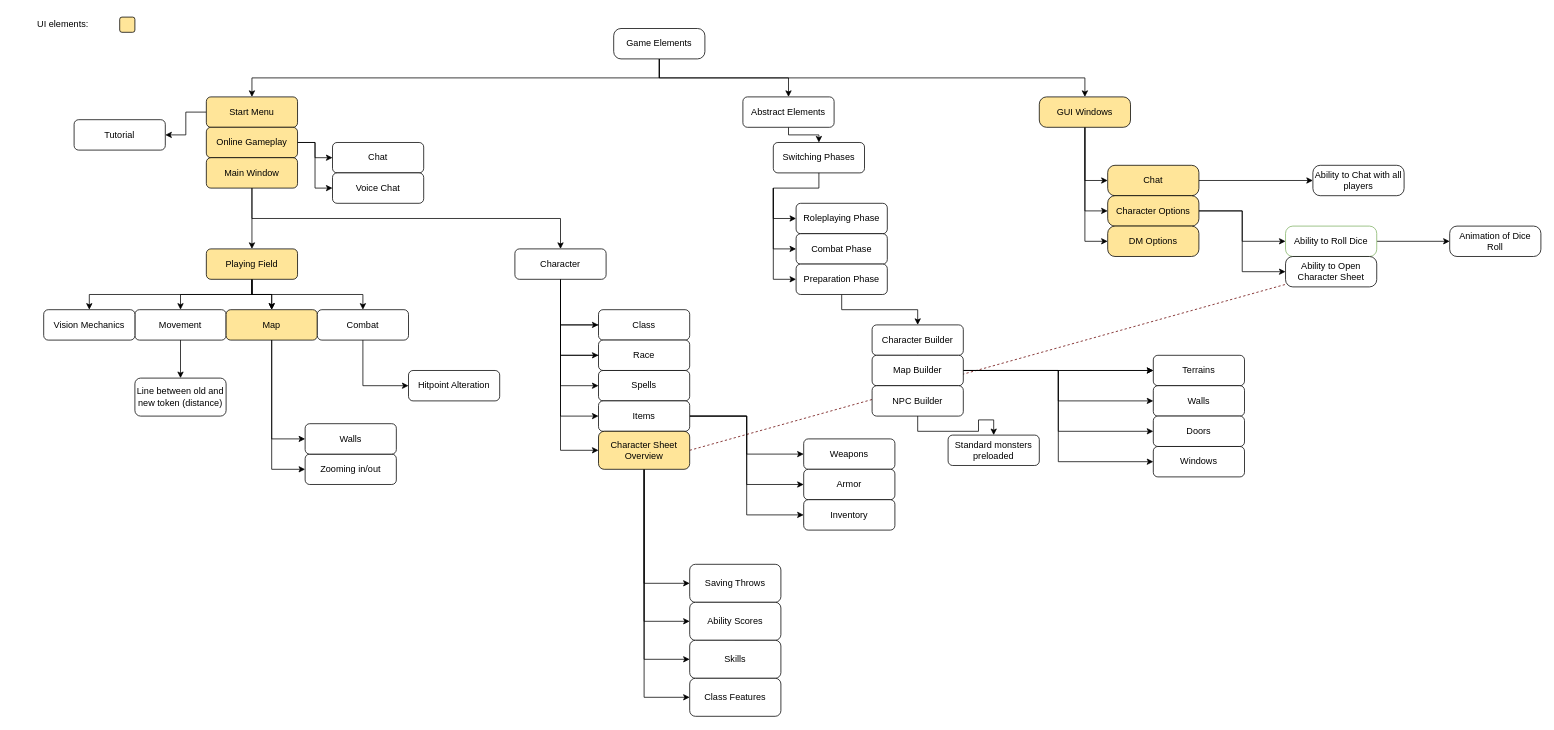
The draw.io diagram Dependency graph.drawio in Nemijt03/Dnd-Simulator, before the edit. Source tidied: cells renumbered, new cells numbered last; positions are measured from the earlier drawing's top-left corner, leaving out a move shared by most shapes. Both pictures are drawn from the tidied source at 76%, with x=0, y=0 at pixel (28, 13).
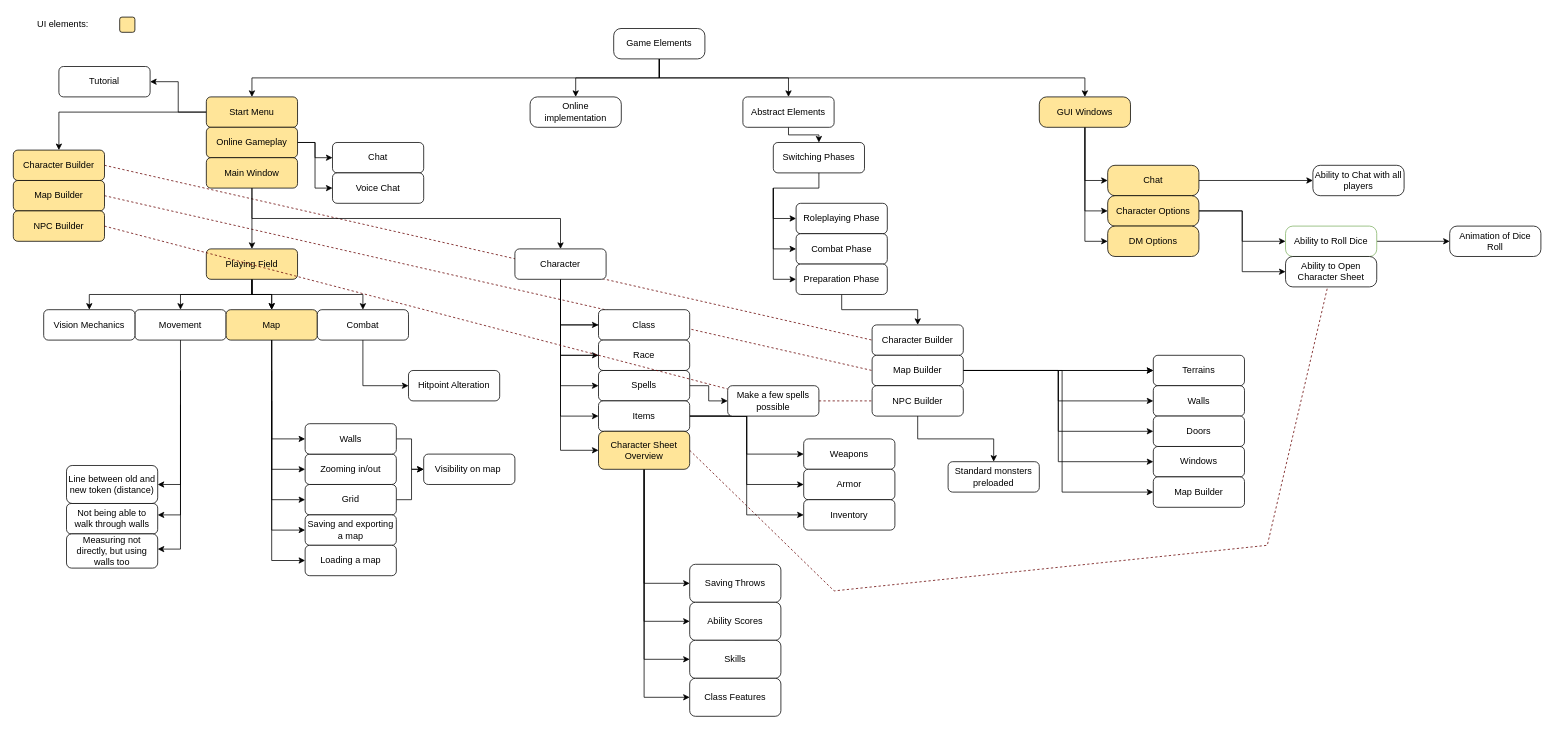
The same page after the edit.

The change refers to these unchanged cells:
```xml
<mxCell id="6" value="Game Elements" style="rounded=1;whiteSpace=wrap;html=1;arcSize=24;" parent="1" vertex="1">
  <mxGeometry x="770" y="20" width="120" height="40" as="geometry" />
</mxCell>
<mxCell id="8" value="Start Menu" style="rounded=1;whiteSpace=wrap;html=1;fillColor=#FFE599;" parent="1" vertex="1">
  <mxGeometry x="234" y="110" width="120" height="40" as="geometry" />
</mxCell>
<mxCell id="36" value="Character Builder" style="rounded=1;whiteSpace=wrap;html=1;" parent="1" vertex="1">
  <mxGeometry x="1110" y="410" width="120" height="40" as="geometry" />
</mxCell>
<mxCell id="42" value="Map Builder" style="rounded=1;whiteSpace=wrap;html=1;" parent="1" vertex="1">
  <mxGeometry x="1110" y="450" width="120" height="40" as="geometry" />
</mxCell>
<mxCell id="44" value="Movement" style="rounded=1;whiteSpace=wrap;html=1;" parent="1" vertex="1">
  <mxGeometry x="140" y="390" width="120" height="40" as="geometry" />
</mxCell>
<mxCell id="47" value="Map" style="rounded=1;whiteSpace=wrap;html=1;fillColor=#FFE599;" parent="1" vertex="1">
  <mxGeometry x="260" y="390" width="120" height="40" as="geometry" />
</mxCell>
<mxCell id="62" value="Spells" style="rounded=1;whiteSpace=wrap;html=1;" parent="1" vertex="1">
  <mxGeometry x="750" y="470" width="120" height="40" as="geometry" />
</mxCell>
<mxCell id="74" value="Character Sheet Overview" style="rounded=1;whiteSpace=wrap;html=1;fillColor=#FFE599;" parent="1" vertex="1">
  <mxGeometry x="750" y="550" width="120" height="50" as="geometry" />
</mxCell>
<mxCell id="80" value="Walls" style="rounded=1;whiteSpace=wrap;html=1;" parent="1" vertex="1">
  <mxGeometry x="364" y="540" width="120" height="40" as="geometry" />
</mxCell>
<mxCell id="99" value="Ability to Open Character Sheet" style="rounded=1;whiteSpace=wrap;html=1;arcSize=24;" parent="1" vertex="1">
  <mxGeometry x="1654" y="320" width="120" height="40" as="geometry" />
</mxCell>
```

Change to the diagram source:
```diff
@@
+    <mxCell id="108" style="endArrow=none;dashed=1;html=1;rounded=0;exitX=1;exitY=0.5;exitDx=0;exitDy=0;fillColor=#660000;strokeColor=#660000;startArrow=none;" parent="1" edge="1" source="134">
+      <mxGeometry relative="1" as="geometry">
+        <mxPoint x="1110" y="510" as="targetPoint" />
+        <Array as="points">
+          <mxPoint x="1110" y="510" />
+        </Array>
+      </mxGeometry>
+    </mxCell>
+    <mxCell id="109" style="endArrow=none;dashed=1;html=1;rounded=0;exitX=1;exitY=0.5;exitDx=0;exitDy=0;fillColor=#660000;strokeColor=#660000;" parent="1" edge="1">
+      <mxGeometry relative="1" as="geometry">
+        <mxPoint x="100" y="240" as="sourcePoint" />
+        <mxPoint x="1110" y="470" as="targetPoint" />
+        <Array as="points">
+          <mxPoint x="1110" y="470" />
+        </Array>
+      </mxGeometry>
+    </mxCell>
+    <mxCell id="110" style="endArrow=none;dashed=1;html=1;rounded=0;exitX=1;exitY=0.5;exitDx=0;exitDy=0;fillColor=#660000;strokeColor=#660000;" parent="1" edge="1" target="36">
+      <mxGeometry relative="1" as="geometry">
+        <mxPoint x="100" y="200" as="sourcePoint" />
+        <Array as="points">
+          <mxPoint x="1110" y="430" />
+        </Array>
+      </mxGeometry>
+    </mxCell>
     <mxCell id="2" style="endArrow=none;dashed=1;html=1;rounded=0;entryX=0.5;entryY=1;entryDx=0;entryDy=0;exitX=1;exitY=0.5;exitDx=0;exitDy=0;fillColor=#660000;strokeColor=#660000;" parent="1" edge="1" source="74" target="99">
       <mxGeometry relative="1" as="geometry">
         <Array as="points">
+          <mxPoint x="1060" y="760" />
+          <mxPoint x="1630" y="700" />
           <mxPoint x="1714" y="340" />
         </Array>
       </mxGeometry>
     </mxCell>
@@
+    <mxCell id="111" style="edgeStyle=orthogonalEdgeStyle;rounded=0;jettySize=auto;html=1;" parent="1" edge="1" source="6" target="121">
+      <mxGeometry relative="1" as="geometry" />
+    </mxCell>
@@
+    <mxCell id="112" style="edgeStyle=orthogonalEdgeStyle;rounded=0;jettySize=auto;html=1;entryX=0.5;entryY=0;entryDx=0;entryDy=0;" parent="1" edge="1" source="8" target="127">
+      <mxGeometry relative="1" as="geometry" />
+    </mxCell>
@@
+    <mxCell id="113" style="edgeStyle=orthogonalEdgeStyle;rounded=0;jettySize=auto;html=1;" parent="1" edge="1" source="42" target="117">
+      <mxGeometry relative="1" as="geometry">
+        <Array as="points">
+          <mxPoint x="1360" y="470" />
+          <mxPoint x="1360" y="630" />
+        </Array>
+      </mxGeometry>
+    </mxCell>
@@
     <mxCell id="43" style="edgeStyle=orthogonalEdgeStyle;rounded=0;jettySize=auto;html=1;" parent="1" edge="1" source="44" target="101">
-      <mxGeometry relative="1" as="geometry" />
+      <mxGeometry relative="1" as="geometry">
+        <Array as="points">
+          <mxPoint x="200" y="620" />
+        </Array>
+      </mxGeometry>
     </mxCell>
@@
+    <mxCell id="114" style="edgeStyle=orthogonalEdgeStyle;rounded=0;jettySize=auto;html=1;" parent="1" edge="1" source="47" target="120">
+      <mxGeometry relative="1" as="geometry">
+        <Array as="points">
+          <mxPoint x="320" y="640" />
+        </Array>
+      </mxGeometry>
+    </mxCell>
@@
+    <mxCell id="115" style="edgeStyle=orthogonalEdgeStyle;rounded=0;jettySize=auto;html=1;" parent="1" edge="1" source="62" target="134">
+      <mxGeometry relative="1" as="geometry" />
+    </mxCell>
@@
+    <mxCell id="116" style="edgeStyle=orthogonalEdgeStyle;rounded=0;jettySize=auto;html=1;" parent="1" edge="1" source="80" target="118">
+      <mxGeometry relative="1" as="geometry" />
+    </mxCell>
@@
     <mxCell id="93" value="Tutorial" style="rounded=1;whiteSpace=wrap;html=1;" parent="1" vertex="1">
-      <mxGeometry x="60" y="140" width="120" height="40" as="geometry" />
+      <mxGeometry x="40" y="70" width="120" height="40" as="geometry" />
     </mxCell>
@@
     <mxCell id="101" value="Line between old and new token (distance)" style="rounded=1;whiteSpace=wrap;html=1;fillColor=#FFFFFF;" parent="1" vertex="1">
-      <mxGeometry x="140" y="480" width="120" height="50" as="geometry" />
+      <mxGeometry x="50" y="595" width="120" height="50" as="geometry" />
     </mxCell>
     <mxCell id="102" value="Standard monsters&lt;br&gt;preloaded" style="rounded=1;whiteSpace=wrap;html=1;fillColor=#FFFFFF;" parent="1" vertex="1">
-      <mxGeometry x="1210" y="555" width="120" height="40" as="geometry" />
+      <mxGeometry x="1210" y="590" width="120" height="40" as="geometry" />
     </mxCell>
@@
+    <mxCell id="117" value="Map Builder" style="rounded=1;whiteSpace=wrap;html=1;" parent="1" vertex="1">
+      <mxGeometry x="1480" y="610" width="120" height="40" as="geometry" />
+    </mxCell>
+    <mxCell id="118" value="Visibility on map&amp;nbsp;" style="rounded=1;whiteSpace=wrap;html=1;" parent="1" vertex="1">
+      <mxGeometry x="520" y="580" width="120" height="40" as="geometry" />
+    </mxCell>
+    <mxCell id="119" style="edgeStyle=orthogonalEdgeStyle;rounded=0;jettySize=auto;html=1;entryX=0;entryY=0.5;entryDx=0;entryDy=0;" parent="1" edge="1" source="120" target="118">
+      <mxGeometry relative="1" as="geometry" />
+    </mxCell>
+    <mxCell id="120" value="Grid" style="rounded=1;whiteSpace=wrap;html=1;fillColor=#FFFFFF;" parent="1" vertex="1">
+      <mxGeometry x="364" y="620" width="120" height="40" as="geometry" />
+    </mxCell>
+    <mxCell id="121" value="Online implementation" style="rounded=1;whiteSpace=wrap;html=1;arcSize=24;fillColor=#FFFFFF;" parent="1" vertex="1">
+      <mxGeometry x="660" y="110" width="120" height="40" as="geometry" />
+    </mxCell>
+    <mxCell id="122" style="edgeStyle=orthogonalEdgeStyle;rounded=0;orthogonalLoop=1;jettySize=auto;html=1;" parent="1" edge="1">
+      <mxGeometry relative="1" as="geometry">
+        <mxPoint x="200" y="470" as="sourcePoint" />
+        <mxPoint x="170" y="660" as="targetPoint" />
+        <Array as="points">
+          <mxPoint x="200" y="660" />
+        </Array>
+      </mxGeometry>
+    </mxCell>
+    <mxCell id="123" value="Not being able to walk through walls" style="rounded=1;whiteSpace=wrap;html=1;fillColor=#FFFFFF;" parent="1" vertex="1">
+      <mxGeometry x="50" y="645" width="120" height="40" as="geometry" />
+    </mxCell>
+    <mxCell id="124" value="Measuring not directly, but using walls too" style="rounded=1;whiteSpace=wrap;html=1;fillColor=#FFFFFF;" parent="1" vertex="1">
+      <mxGeometry x="50" y="685" width="120" height="45" as="geometry" />
+    </mxCell>
+    <mxCell id="125" style="edgeStyle=orthogonalEdgeStyle;rounded=0;orthogonalLoop=1;jettySize=auto;html=1;" parent="1" edge="1">
+      <mxGeometry relative="1" as="geometry">
+        <mxPoint x="200" y="515" as="sourcePoint" />
+        <mxPoint x="170" y="705" as="targetPoint" />
+        <Array as="points">
+          <mxPoint x="200" y="705" />
+        </Array>
+      </mxGeometry>
+    </mxCell>
+    <mxCell id="126" style="edgeStyle=orthogonalEdgeStyle;rounded=0;jettySize=auto;html=1;exitX=0.5;exitY=1;exitDx=0;exitDy=0;" parent="1" edge="1" source="127" target="128">
+      <mxGeometry relative="1" as="geometry" />
+    </mxCell>
+    <mxCell id="127" value="Character Builder" style="rounded=1;whiteSpace=wrap;html=1;fillColor=#FFE599;" parent="1" vertex="1">
+      <mxGeometry x="-20" y="180" width="120" height="40" as="geometry" />
+    </mxCell>
+    <mxCell id="128" value="Map Builder" style="rounded=1;whiteSpace=wrap;html=1;fillColor=#FFE599;" parent="1" vertex="1">
+      <mxGeometry x="-20" y="220" width="120" height="40" as="geometry" />
+    </mxCell>
+    <mxCell id="129" value="NPC Builder" style="rounded=1;whiteSpace=wrap;html=1;fillColor=#FFE599;" parent="1" vertex="1">
+      <mxGeometry x="-20" y="260" width="120" height="40" as="geometry" />
+    </mxCell>
+    <mxCell id="130" value="Saving and exporting a map" style="rounded=1;whiteSpace=wrap;html=1;fillColor=#FFFFFF;" parent="1" vertex="1">
+      <mxGeometry x="364" y="660" width="120" height="40" as="geometry" />
+    </mxCell>
+    <mxCell id="131" style="edgeStyle=orthogonalEdgeStyle;rounded=0;orthogonalLoop=1;jettySize=auto;html=1;" parent="1" edge="1">
+      <mxGeometry relative="1" as="geometry">
+        <mxPoint x="320" y="470" as="sourcePoint" />
+        <mxPoint x="364" y="680" as="targetPoint" />
+        <Array as="points">
+          <mxPoint x="320" y="680" />
+        </Array>
+      </mxGeometry>
+    </mxCell>
+    <mxCell id="132" value="Loading a map" style="rounded=1;whiteSpace=wrap;html=1;fillColor=#FFFFFF;" parent="1" vertex="1">
+      <mxGeometry x="364" y="700" width="120" height="40" as="geometry" />
+    </mxCell>
+    <mxCell id="133" style="edgeStyle=orthogonalEdgeStyle;rounded=0;orthogonalLoop=1;jettySize=auto;html=1;" parent="1" edge="1">
+      <mxGeometry relative="1" as="geometry">
+        <mxPoint x="320" y="510" as="sourcePoint" />
+        <mxPoint x="364" y="720" as="targetPoint" />
+        <Array as="points">
+          <mxPoint x="320" y="720" />
+        </Array>
+      </mxGeometry>
+    </mxCell>
+    <mxCell id="134" value="Make a few spells possible" style="rounded=1;whiteSpace=wrap;html=1;fillColor=#FFFFFF;strokeColor=#000000;" parent="1" vertex="1">
+      <mxGeometry x="920" y="490" width="120" height="40" as="geometry" />
+    </mxCell>
+    <mxCell id="135" style="endArrow=none;dashed=1;html=1;rounded=0;exitX=1;exitY=0.5;exitDx=0;exitDy=0;fillColor=#660000;strokeColor=#660000;" parent="1" edge="1" target="134">
+      <mxGeometry relative="1" as="geometry">
+        <mxPoint x="100" y="280" as="sourcePoint" />
+      </mxGeometry>
+    </mxCell>
```
